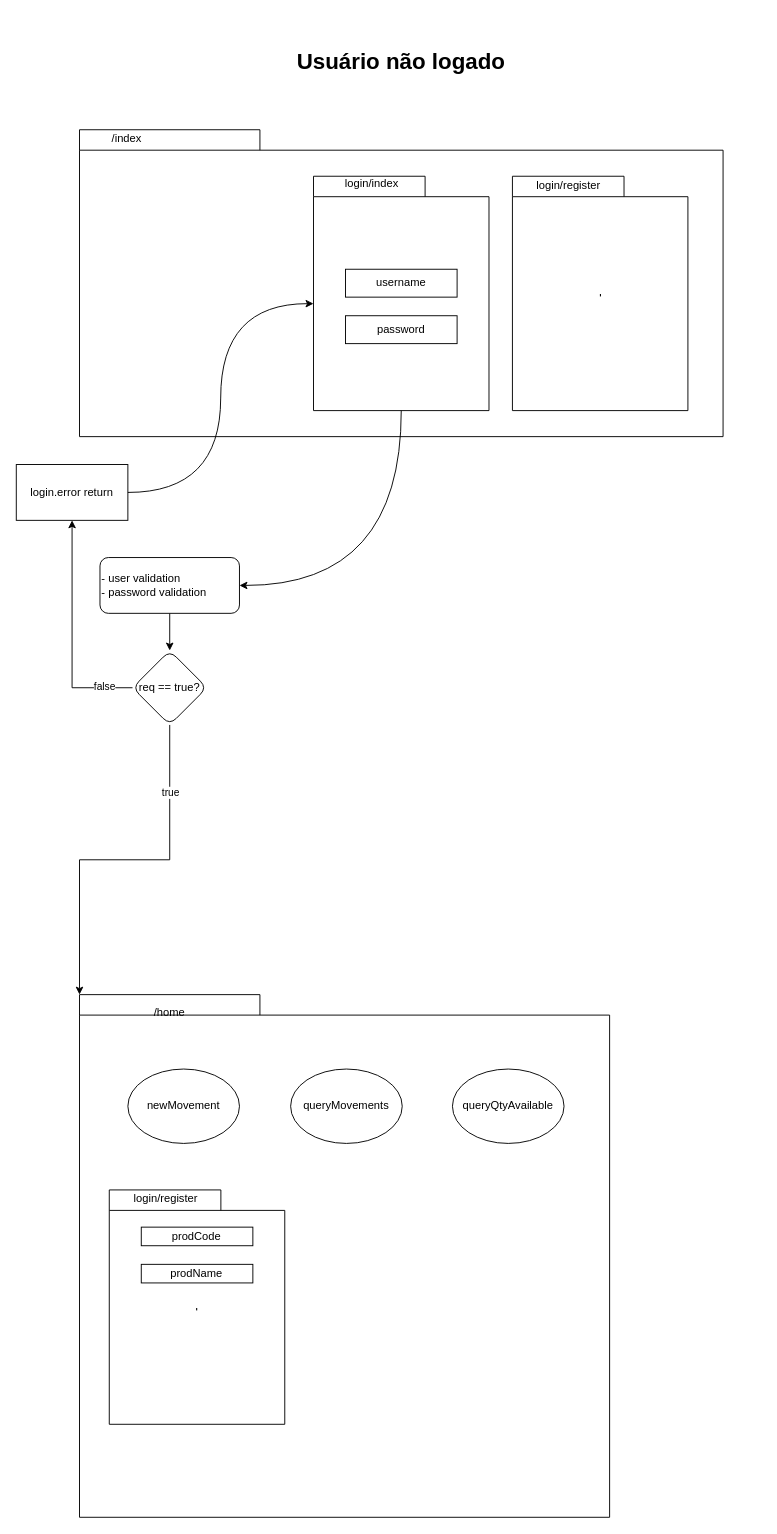
caioreges/caioreges keeps this draw.io diagram as Diagrama sem nome.drawio. Above is the earlier version. Source tidied: cells renumbered, new cells numbered last; positions are measured from the earlier drawing's top-left corner, leaving out a move shared by most shapes. Both pictures are drawn from the tidied source at 93%, with x=0, y=0 at pixel (16, 36).
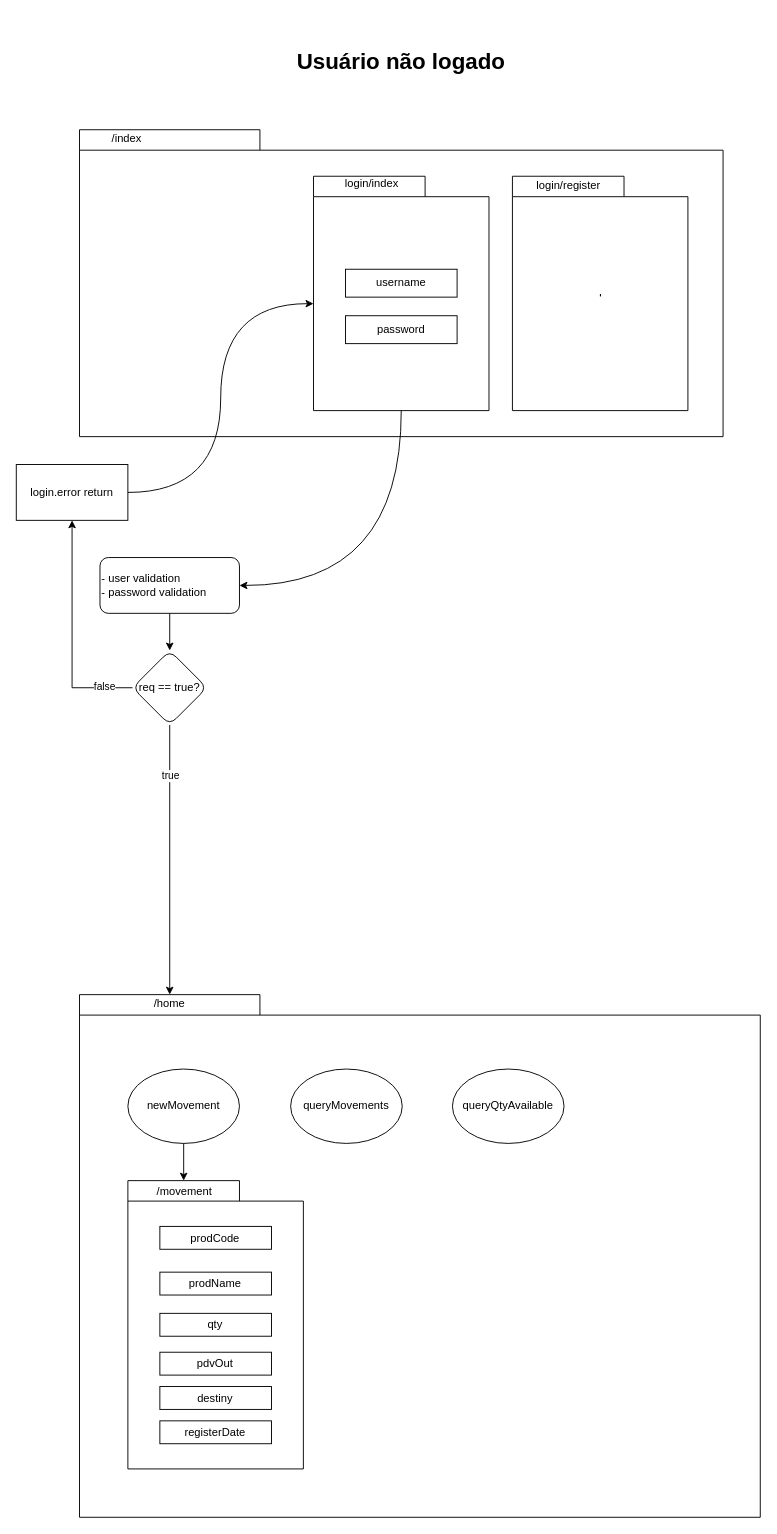
The same diagram, later.

Commit message:
project-ima-main-diagram

Unchanged cells that the change refers to:
```xml
<mxCell id="20" value="req == true?" style="rhombus;whiteSpace=wrap;html=1;align=center;rounded=1;" parent="1" vertex="1">
  <mxGeometry x="125" y="660" width="80" height="80" as="geometry" />
</mxCell>
<mxCell id="26" value="newMovement" style="ellipse;whiteSpace=wrap;html=1;" parent="1" vertex="1">
  <mxGeometry x="120" y="1110" width="120" height="80" as="geometry" />
</mxCell>
```

The edit, as a diff of the source:
```diff
@@
     <mxCell id="3" style="shape=folder;fontStyle=1;spacingTop=10;tabWidth=194;tabHeight=22;tabPosition=left;html=1;rounded=0;shadow=0;comic=0;labelBackgroundColor=none;strokeWidth=1;fillColor=none;fontFamily=Verdana;fontSize=10;align=center;direction=east;" parent="1" vertex="1">
-      <mxGeometry x="68" y="1030" width="570" height="562" as="geometry" />
+      <mxGeometry x="68" y="1030" width="732" height="562" as="geometry" />
     </mxCell>
@@
-    <mxCell id="23" style="edgeStyle=orthogonalEdgeStyle;rounded=0;jettySize=auto;html=1;entryX=0;entryY=0;entryDx=0;entryDy=0;entryPerimeter=0;" parent="1" edge="1" source="20" target="3">
+    <mxCell id="23" style="edgeStyle=orthogonalEdgeStyle;rounded=0;jettySize=auto;html=1;entryX=0;entryY=0;entryDx=97;entryDy=0;entryPerimeter=0;" parent="1" edge="1" source="20" target="3">
       <mxGeometry relative="1" as="geometry" />
     </mxCell>
@@
     <mxCell id="25" value="/home" style="text;html=1;align=center;verticalAlign=middle;whiteSpace=wrap;rounded=0;" parent="1" vertex="1">
-      <mxGeometry x="135" y="1040" width="60" height="20" as="geometry" />
+      <mxGeometry x="135" y="1030" width="60" height="20" as="geometry" />
     </mxCell>
@@
     <mxCell id="29" style="group;direction=west;" parent="1" vertex="1">
-      <mxGeometry x="100" y="1240" width="188.7" height="252" as="geometry" />
+      <mxGeometry x="120" y="1230" width="188.7" height="310" as="geometry" />
     </mxCell>
-    <mxCell id="30" value="'" style="shape=folder;fontStyle=1;spacingTop=10;tabWidth=120;tabHeight=22;tabPosition=left;html=1;rounded=0;shadow=0;comic=0;labelBackgroundColor=none;strokeWidth=1;fillColor=none;fontFamily=Verdana;fontSize=10;align=center;" parent="29" vertex="1">
-      <mxGeometry width="188.7" height="252" as="geometry" />
+    <mxCell id="30" style="shape=folder;fontStyle=1;spacingTop=10;tabWidth=120;tabHeight=22;tabPosition=left;html=1;rounded=0;shadow=0;comic=0;labelBackgroundColor=none;strokeWidth=1;fillColor=none;fontFamily=Verdana;fontSize=10;align=center;" parent="29" vertex="1">
+      <mxGeometry width="188.7" height="310" as="geometry" />
     </mxCell>
-    <mxCell id="31" value="login/register" style="text;html=1;align=center;verticalAlign=middle;whiteSpace=wrap;rounded=0;" parent="29" vertex="1">
-      <mxGeometry x="16.5" width="88.1" height="20" as="geometry" />
+    <mxCell id="31" value="/movement" style="text;html=1;align=center;verticalAlign=middle;whiteSpace=wrap;rounded=0;" parent="29" vertex="1">
+      <mxGeometry x="16.5" width="88.1" height="24.6" as="geometry" />
     </mxCell>
     <mxCell id="32" value="prodCode" style="rounded=0;whiteSpace=wrap;html=1;" parent="29" vertex="1">
-      <mxGeometry x="34.4" y="40" width="120" height="20" as="geometry" />
+      <mxGeometry x="34.4" y="49.2" width="120" height="24.6" as="geometry" />
     </mxCell>
     <mxCell id="33" value="prodName" style="rounded=0;whiteSpace=wrap;html=1;" parent="29" vertex="1">
-      <mxGeometry x="34.4" y="80" width="120" height="20" as="geometry" />
+      <mxGeometry x="34.4" y="98.4" width="120" height="24.6" as="geometry" />
     </mxCell>
+    <mxCell id="34" value="qty" style="rounded=0;whiteSpace=wrap;html=1;" parent="29" vertex="1">
+      <mxGeometry x="34.4" y="142.7" width="120" height="24.6" as="geometry" />
+    </mxCell>
+    <mxCell id="35" value="pdvOut" style="rounded=0;whiteSpace=wrap;html=1;" parent="29" vertex="1">
+      <mxGeometry x="34.4" y="184.5" width="120" height="24.6" as="geometry" />
+    </mxCell>
+    <mxCell id="36" value="destiny" style="rounded=0;whiteSpace=wrap;html=1;" parent="29" vertex="1">
+      <mxGeometry x="34.4" y="221.4" width="120" height="24.6" as="geometry" />
+    </mxCell>
+    <mxCell id="37" value="registerDate" style="rounded=0;whiteSpace=wrap;html=1;" parent="29" vertex="1">
+      <mxGeometry x="34.4" y="258.3" width="120" height="24.6" as="geometry" />
+    </mxCell>
+    <mxCell id="38" style="edgeStyle=orthogonalEdgeStyle;rounded=0;jettySize=auto;html=1;entryX=0;entryY=0;entryDx=60;entryDy=0;entryPerimeter=0;" parent="1" edge="1" source="26" target="30">
+      <mxGeometry relative="1" as="geometry" />
+    </mxCell>
```
